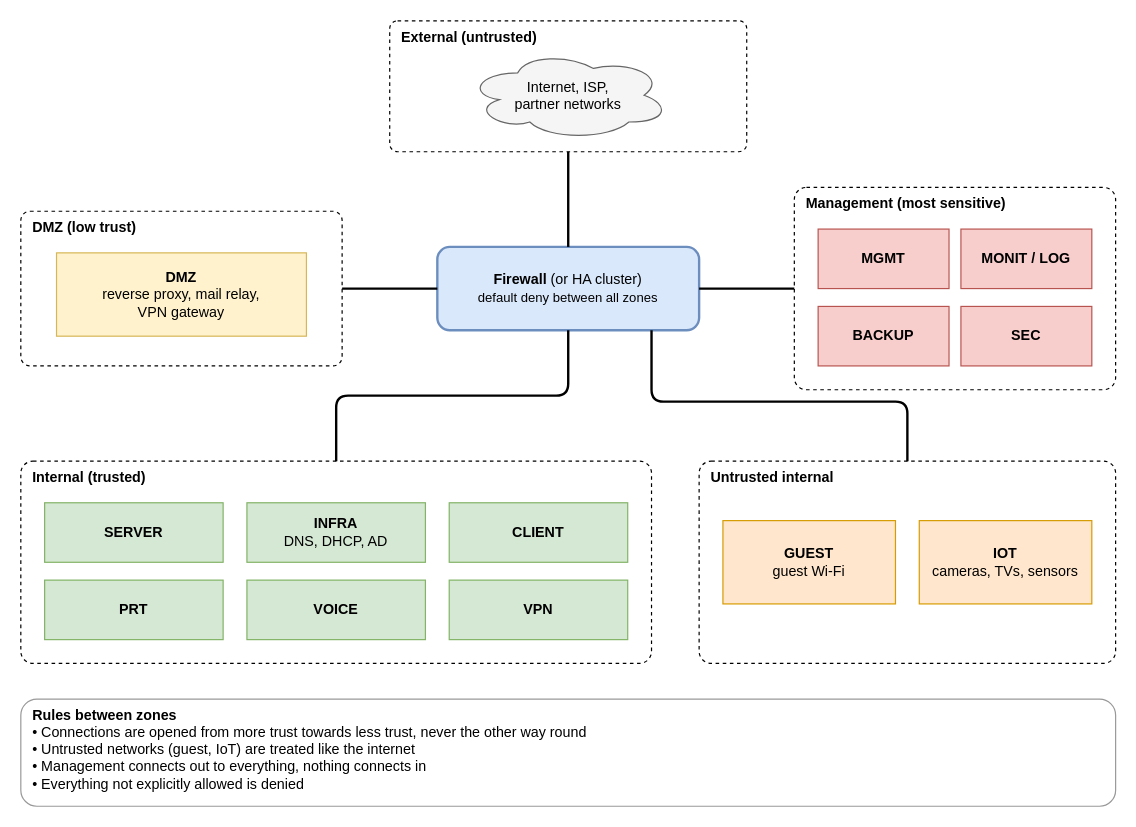
This is content/posts/network-segmentation/zones.drawio from CubelaPetar/pc, a draw.io file, before an edit. Source tidied: cells renumbered, new cells numbered last; positions are measured from the earlier drawing's top-left corner, leaving out a move shared by most shapes. Both pictures are drawn from the tidied source at 119%, with x=0, y=0 at pixel (20, 20).
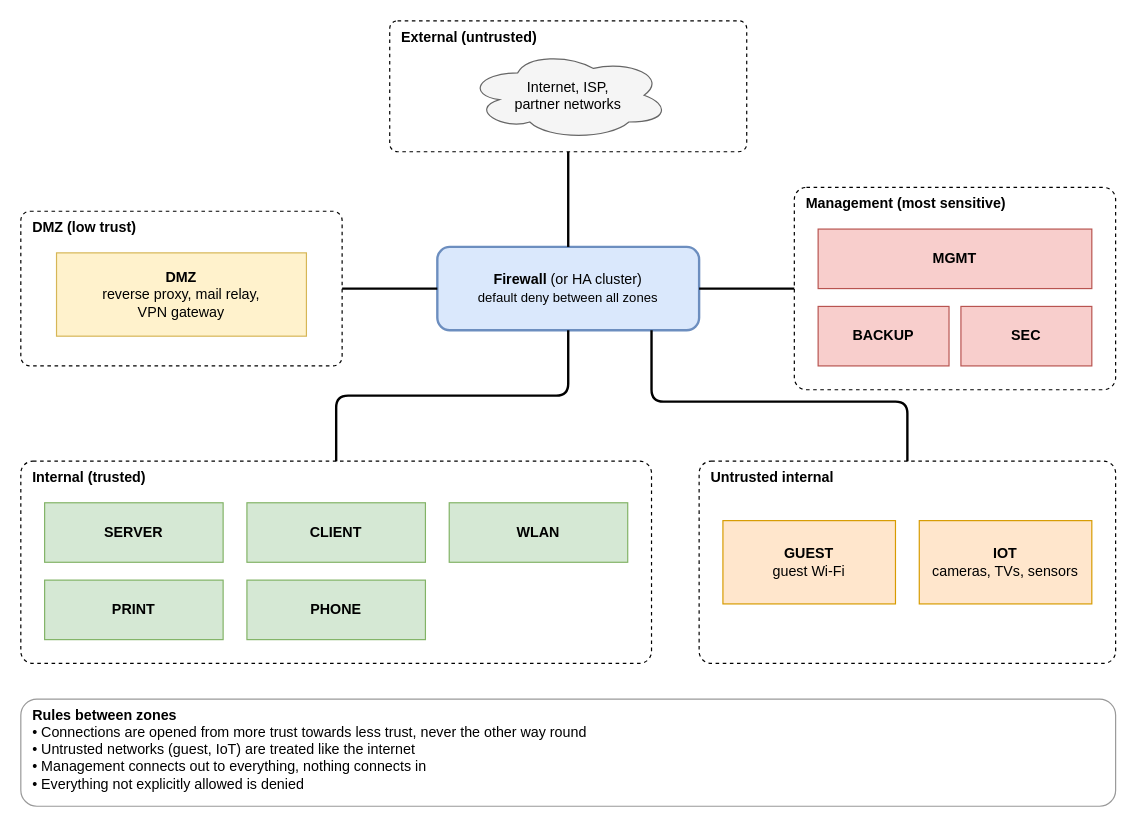
After the change.

What changed in the source:
```diff
@@
     <mxCell id="8" value="&lt;b&gt;MGMT&lt;/b&gt;" style="rounded=0;whiteSpace=wrap;html=1;fillColor=#f8cecc;strokeColor=#b85450;" parent="1" vertex="1">
-      <mxGeometry x="670" y="175" width="110" height="50" as="geometry" />
+      <mxGeometry x="670" y="175" width="230" height="50" as="geometry" />
     </mxCell>
-    <mxCell id="9" value="&lt;b&gt;MONIT / LOG&lt;/b&gt;" style="rounded=0;whiteSpace=wrap;html=1;fillColor=#f8cecc;strokeColor=#b85450;" parent="1" vertex="1">
-      <mxGeometry x="790" y="175" width="110" height="50" as="geometry" />
-    </mxCell>
@@
-    <mxCell id="14" value="&lt;b&gt;INFRA&lt;/b&gt;&lt;br&gt;DNS, DHCP, AD" style="rounded=0;whiteSpace=wrap;html=1;fillColor=#d5e8d4;strokeColor=#82b366;" parent="1" vertex="1">
+    <mxCell id="14" value="&lt;b&gt;CLIENT&lt;/b&gt;" style="rounded=0;whiteSpace=wrap;html=1;fillColor=#d5e8d4;strokeColor=#82b366;" parent="1" vertex="1">
       <mxGeometry x="190" y="405" width="150" height="50" as="geometry" />
     </mxCell>
-    <mxCell id="15" value="&lt;b&gt;CLIENT&lt;/b&gt;" style="rounded=0;whiteSpace=wrap;html=1;fillColor=#d5e8d4;strokeColor=#82b366;" parent="1" vertex="1">
+    <mxCell id="15" value="&lt;b&gt;WLAN&lt;/b&gt;" style="rounded=0;whiteSpace=wrap;html=1;fillColor=#d5e8d4;strokeColor=#82b366;" parent="1" vertex="1">
       <mxGeometry x="360" y="405" width="150" height="50" as="geometry" />
     </mxCell>
-    <mxCell id="16" value="&lt;b&gt;PRT&lt;/b&gt;" style="rounded=0;whiteSpace=wrap;html=1;fillColor=#d5e8d4;strokeColor=#82b366;" parent="1" vertex="1">
+    <mxCell id="16" value="&lt;b&gt;PRINT&lt;/b&gt;" style="rounded=0;whiteSpace=wrap;html=1;fillColor=#d5e8d4;strokeColor=#82b366;" parent="1" vertex="1">
       <mxGeometry x="20" y="470" width="150" height="50" as="geometry" />
     </mxCell>
-    <mxCell id="17" value="&lt;b&gt;VOICE&lt;/b&gt;" style="rounded=0;whiteSpace=wrap;html=1;fillColor=#d5e8d4;strokeColor=#82b366;" parent="1" vertex="1">
+    <mxCell id="17" value="&lt;b&gt;PHONE&lt;/b&gt;" style="rounded=0;whiteSpace=wrap;html=1;fillColor=#d5e8d4;strokeColor=#82b366;" parent="1" vertex="1">
       <mxGeometry x="190" y="470" width="150" height="50" as="geometry" />
     </mxCell>
-    <mxCell id="18" value="&lt;b&gt;VPN&lt;/b&gt;" style="rounded=0;whiteSpace=wrap;html=1;fillColor=#d5e8d4;strokeColor=#82b366;" parent="1" vertex="1">
-      <mxGeometry x="360" y="470" width="150" height="50" as="geometry" />
-    </mxCell>
```
